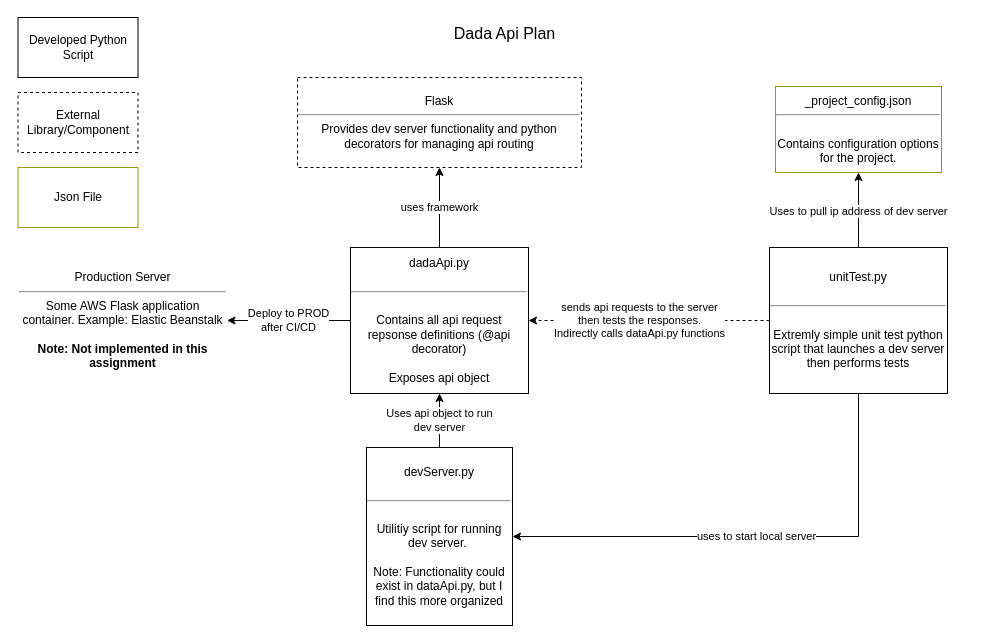
This is docs/drawio/DadaApiLayout.drawio from hexthedev/InterviewHW, a draw.io file, before an edit. Source tidied: cells renumbered, new cells numbered last; positions are measured from the earlier drawing's top-left corner, leaving out a move shared by most shapes. Both pictures are drawn from the tidied source at 100%, with x=0, y=0 at pixel (17, 17).
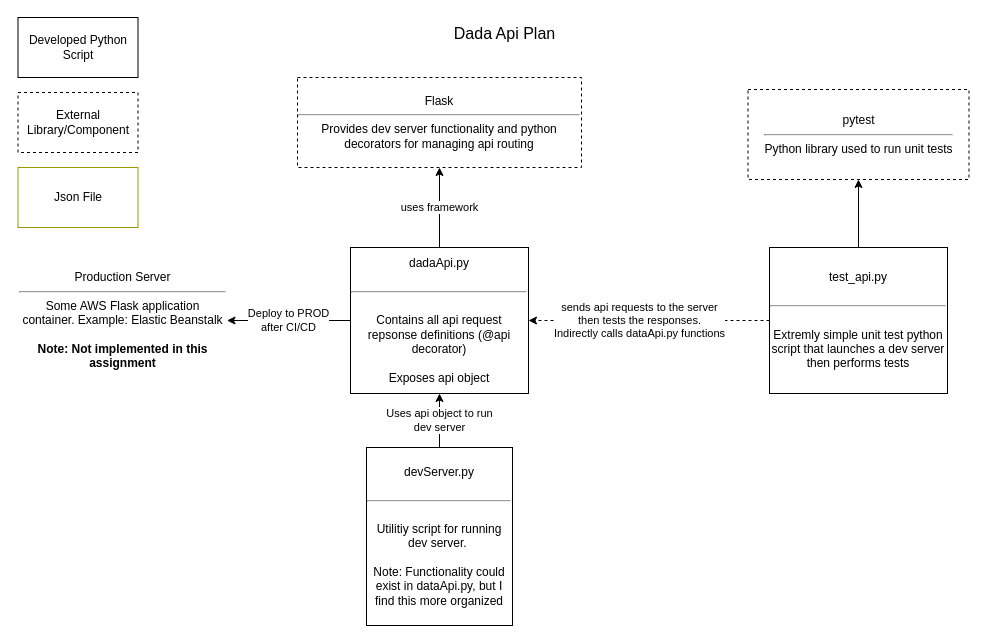
Above is the later version.

The edit, as a diff of the source:
```diff
@@
 <mxGraphModel>
   <root>
     <mxCell id="0" />
     <mxCell id="1" parent="0" />
     <mxCell id="2" value="&lt;font style=&quot;font-size: 16px&quot;&gt;Dada Api Plan&lt;/font&gt;" style="text;html=1;strokeColor=none;fillColor=none;align=center;verticalAlign=middle;whiteSpace=wrap;rounded=0;" parent="1" vertex="1">
       <mxGeometry x="47" y="6" width="881" height="20" as="geometry" />
     </mxCell>
     <mxCell id="3" value="Developed Python Script" style="rounded=0;whiteSpace=wrap;html=1;" parent="1" vertex="1">
       <mxGeometry x="0.5" width="120" height="60" as="geometry" />
     </mxCell>
     <mxCell id="4" value="uses framework" style="edgeStyle=orthogonalEdgeStyle;rounded=0;jettySize=auto;html=1;exitX=0.5;exitY=0;exitDx=0;exitDy=0;entryX=0.5;entryY=1;entryDx=0;entryDy=0;" parent="1" edge="1" source="6" target="8">
       <mxGeometry relative="1" as="geometry" />
     </mxCell>
     <mxCell id="5" value="Deploy to PROD&lt;br&gt;after CI/CD" style="edgeStyle=orthogonalEdgeStyle;rounded=0;jettySize=auto;html=1;exitX=0;exitY=0.5;exitDx=0;exitDy=0;entryX=1;entryY=0.5;entryDx=0;entryDy=0;" parent="1" edge="1" source="6" target="17">
       <mxGeometry relative="1" as="geometry" />
     </mxCell>
     <mxCell id="6" value="dadaApi.py&lt;br&gt;&lt;br&gt;&lt;hr&gt;&lt;br&gt;Contains all api request repsonse definitions (@api decorator)&lt;br&gt;&lt;br&gt;Exposes api object" style="rounded=0;whiteSpace=wrap;html=1;" parent="1" vertex="1">
       <mxGeometry x="333" y="230" width="178" height="146" as="geometry" />
     </mxCell>
     <mxCell id="7" value="External Library/Component" style="rounded=0;whiteSpace=wrap;html=1;dashed=1;" parent="1" vertex="1">
       <mxGeometry x="0.5" y="75" width="120" height="60" as="geometry" />
     </mxCell>
     <mxCell id="8" value="Flask&lt;br&gt;&lt;hr&gt;Provides dev server functionality and python decorators for managing api routing" style="rounded=0;whiteSpace=wrap;html=1;dashed=1;" parent="1" vertex="1">
       <mxGeometry x="280" y="60" width="284" height="90" as="geometry" />
     </mxCell>
     <mxCell id="9" value="Uses api object to run&lt;br&gt;dev server" style="edgeStyle=orthogonalEdgeStyle;rounded=0;jettySize=auto;html=1;exitX=0;exitY=0.5;exitDx=0;exitDy=0;entryX=0.5;entryY=1;entryDx=0;entryDy=0;" parent="1" edge="1" source="10" target="6">
       <mxGeometry relative="1" as="geometry" />
     </mxCell>
     <mxCell id="10" value="devServer.py&lt;br&gt;&lt;br&gt;&lt;hr&gt;&lt;br&gt;Utilitiy script for running dev server.&amp;nbsp;&lt;br&gt;&lt;br&gt;Note: Functionality could exist in dataApi.py, but I find this more organized" style="rounded=0;whiteSpace=wrap;html=1;direction=south;" parent="1" vertex="1">
       <mxGeometry x="349" y="430" width="146" height="178" as="geometry" />
     </mxCell>
-    <mxCell id="11" value="uses to start local server" style="edgeStyle=orthogonalEdgeStyle;rounded=0;jettySize=auto;html=1;exitX=0.5;exitY=1;exitDx=0;exitDy=0;entryX=0.5;entryY=0;entryDx=0;entryDy=0;" parent="1" edge="1" source="14" target="10">
-      <mxGeometry relative="1" as="geometry" />
-    </mxCell>
     <mxCell id="12" value="sends api requests to the server &lt;br&gt;then tests the responses. &lt;br&gt;Indirectly calls dataApi.py functions" style="edgeStyle=orthogonalEdgeStyle;rounded=0;jettySize=auto;html=1;exitX=0;exitY=0.5;exitDx=0;exitDy=0;entryX=1;entryY=0.5;entryDx=0;entryDy=0;dashed=1;" parent="1" edge="1" source="14" target="6">
       <mxGeometry x="0.08" relative="1" as="geometry" />
     </mxCell>
-    <mxCell id="13" value="Uses to pull ip address of dev server" style="edgeStyle=orthogonalEdgeStyle;rounded=0;jettySize=auto;html=1;exitX=0.5;exitY=0;exitDx=0;exitDy=0;entryX=0.5;entryY=1;entryDx=0;entryDy=0;" parent="1" edge="1" source="14" target="16">
-      <mxGeometry x="-0.05" relative="1" as="geometry" />
-    </mxCell>
+    <mxCell id="18" style="edgeStyle=orthogonalEdgeStyle;rounded=0;jettySize=auto;html=1;exitX=0.5;exitY=0;exitDx=0;exitDy=0;entryX=0.5;entryY=1;entryDx=0;entryDy=0;" parent="1" edge="1" source="14" target="19">
+      <mxGeometry relative="1" as="geometry" />
+    </mxCell>
-    <mxCell id="14" value="unitTest.py&lt;br&gt;&lt;br&gt;&lt;hr&gt;&lt;br&gt;Extremly simple unit test python script that launches a dev server then performs tests" style="rounded=0;whiteSpace=wrap;html=1;" parent="1" vertex="1">
+    <mxCell id="14" value="test_api.py&lt;br&gt;&lt;br&gt;&lt;hr&gt;&lt;br&gt;Extremly simple unit test python script that launches a dev server then performs tests" style="rounded=0;whiteSpace=wrap;html=1;" parent="1" vertex="1">
       <mxGeometry x="752" y="230" width="178" height="146" as="geometry" />
     </mxCell>
     <mxCell id="15" value="Json File" style="rounded=0;whiteSpace=wrap;html=1;strokeColor=#999900;" parent="1" vertex="1">
       <mxGeometry x="0.5" y="150" width="120" height="60" as="geometry" />
     </mxCell>
-    <mxCell id="16" value="_project_config.json&lt;br&gt;&lt;hr&gt;&lt;br&gt;Contains configuration options for the project." style="rounded=0;whiteSpace=wrap;html=1;strokeColor=#999900;" parent="1" vertex="1">
-      <mxGeometry x="758" y="69" width="166" height="86" as="geometry" />
-    </mxCell>
     <mxCell id="17" value="Production Server&lt;br&gt;&lt;hr&gt;Some AWS Flask application container. Example: Elastic Beanstalk&lt;br&gt;&lt;br&gt;&lt;b&gt;Note: Not implemented in this assignment&lt;/b&gt;" style="rounded=0;whiteSpace=wrap;html=1;dashed=1;strokeColor=#FFFFFF;" parent="1" vertex="1">
       <mxGeometry x="0.5" y="240.5" width="209" height="125" as="geometry" />
     </mxCell>
+    <mxCell id="19" value="pytest&lt;br&gt;&lt;hr&gt;Python library used to run unit tests" style="rounded=0;whiteSpace=wrap;html=1;dashed=1;" parent="1" vertex="1">
+      <mxGeometry x="730.5" y="72" width="221" height="90" as="geometry" />
+    </mxCell>
   </root>
 </mxGraphModel>
```
